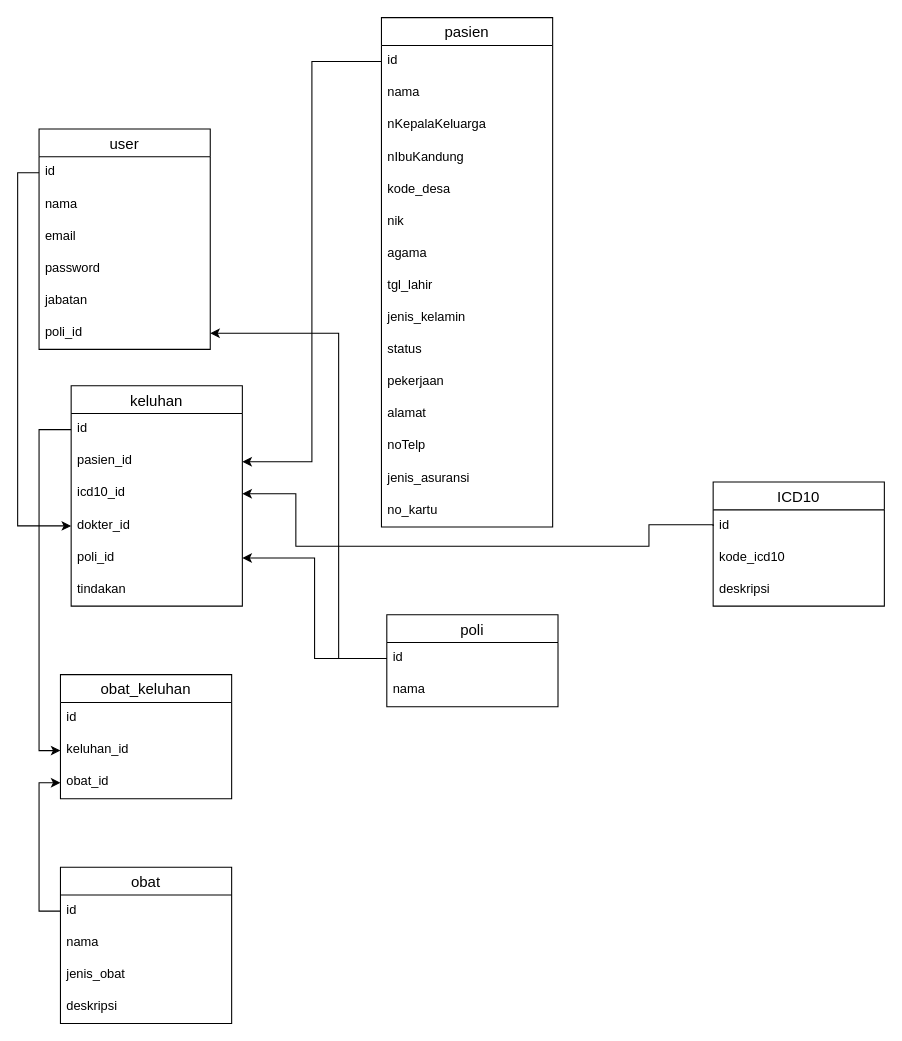
Earlier version of the draw.io diagram ERD/ERD sistem-rekam-medis.drawio (zabilsabri/sistem-rekam-medis). Source tidied: cells renumbered, new cells numbered last; positions are measured from the earlier drawing's top-left corner, leaving out a move shared by most shapes. Both pictures are drawn from the tidied source at 107%, with x=0, y=0 at pixel (39, 17).
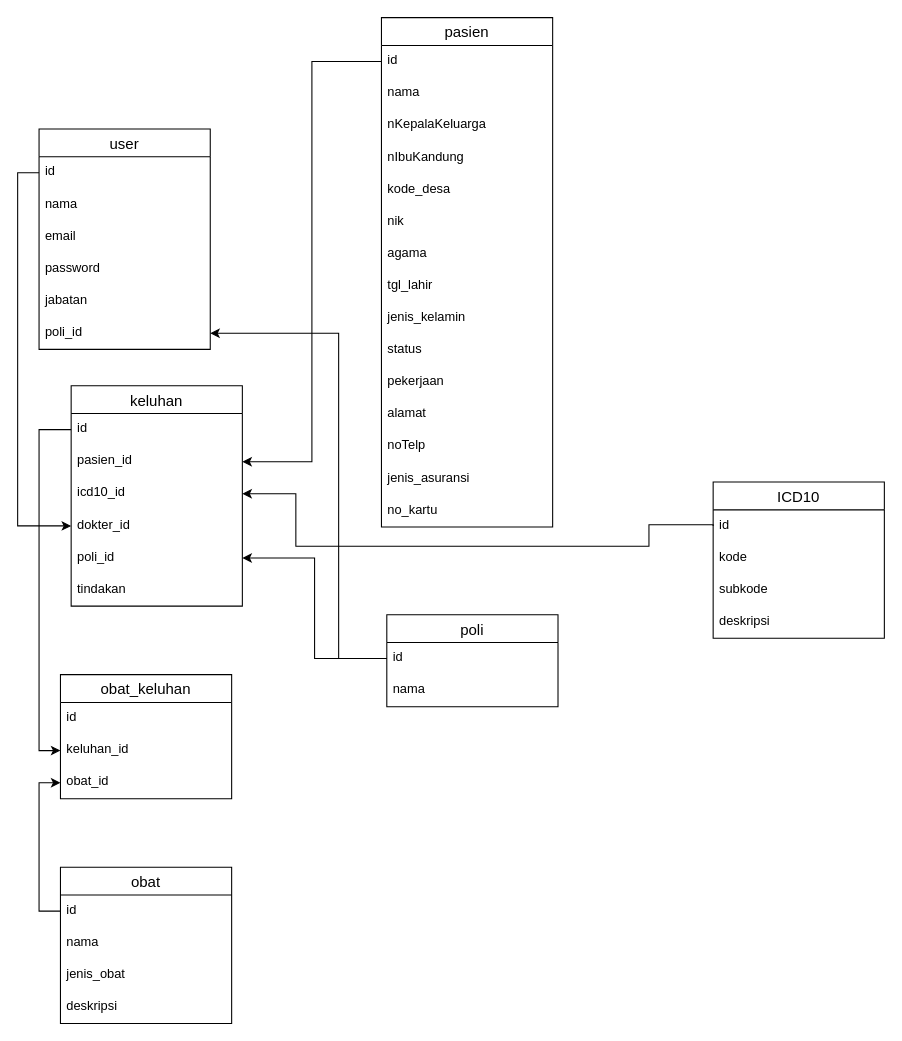
The same diagram, later.

Diff of the diagram source:
```diff
@@
     <mxCell id="30" value="ICD10" style="swimlane;fontStyle=0;horizontal=1;startSize=26;align=center;fontSize=14;" parent="1" vertex="1">
-      <mxGeometry x="630" y="434" width="160" height="116" as="geometry" />
+      <mxGeometry x="630" y="434" width="160" height="146" as="geometry" />
     </mxCell>
@@
-    <mxCell id="32" value="kode_icd10" style="text;strokeColor=none;fillColor=none;spacingLeft=4;spacingRight=4;overflow=hidden;fontSize=12;" parent="30" vertex="1">
+    <mxCell id="32" value="kode" style="text;strokeColor=none;fillColor=none;spacingLeft=4;spacingRight=4;overflow=hidden;fontSize=12;" parent="30" vertex="1">
       <mxGeometry y="56" width="160" height="30" as="geometry" />
     </mxCell>
+    <mxCell id="55" value="subkode" style="text;strokeColor=none;fillColor=none;spacingLeft=4;spacingRight=4;overflow=hidden;fontSize=12;" parent="30" vertex="1">
+      <mxGeometry y="86" width="160" height="30" as="geometry" />
+    </mxCell>
     <mxCell id="33" value="deskripsi" style="text;strokeColor=none;fillColor=none;spacingLeft=4;spacingRight=4;overflow=hidden;fontSize=12;" parent="30" vertex="1">
-      <mxGeometry y="86" width="160" height="30" as="geometry" />
+      <mxGeometry y="116" width="160" height="30" as="geometry" />
     </mxCell>
```
